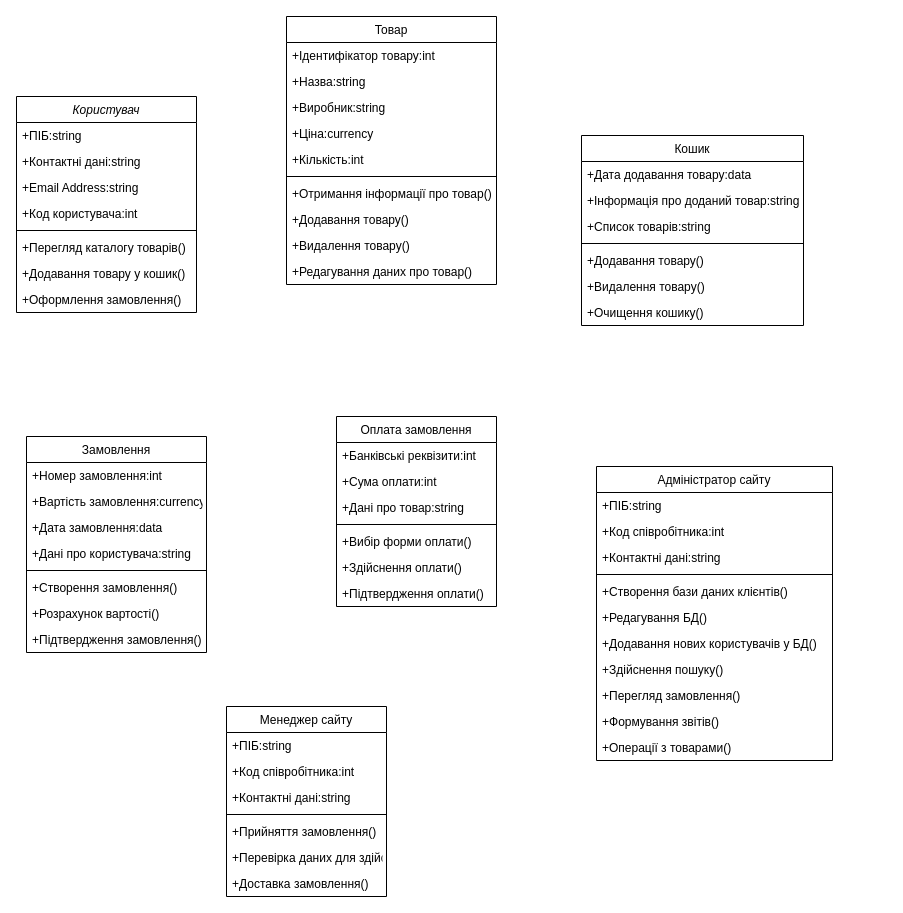
Earlier version of the draw.io diagram Untitled Diagram.drawio (Yulia1204/git). Source tidied: cells renumbered, new cells numbered last; positions are measured from the earlier drawing's top-left corner, leaving out a move shared by most shapes. Both pictures are drawn from the tidied source at 100%, with x=0, y=0 at pixel (16, 16).
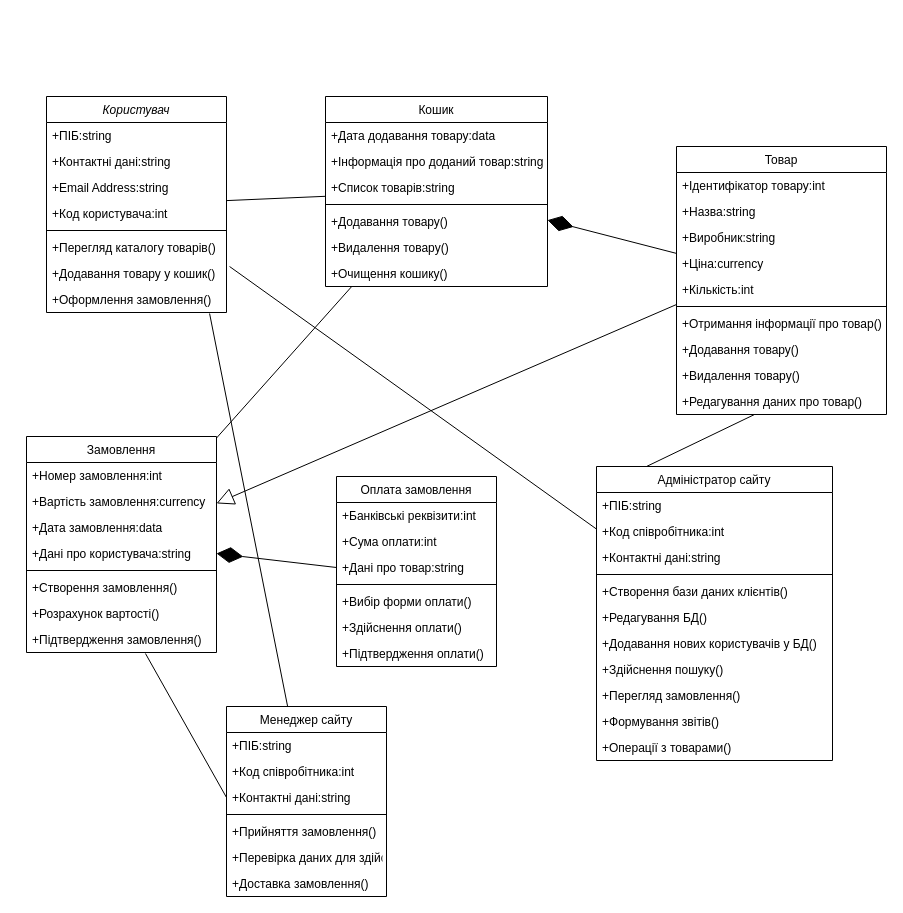
The same page after the edit.

The change refers to these unchanged cells:
```xml
<mxCell id="9" value="+Додавання товару у кошик()" style="text;align=left;verticalAlign=top;spacingLeft=4;spacingRight=4;overflow=hidden;points=[[0,0.5],[1,0.5]];portConstraint=eastwest;rounded=0;shadow=0;html=0;" parent="2" vertex="1">
  <mxGeometry y="164" width="180" height="26" as="geometry" />
</mxCell>
<mxCell id="10" value="+Оформлення замовлення()" style="text;align=left;verticalAlign=top;spacingLeft=4;spacingRight=4;overflow=hidden;points=[[0,0.5],[1,0.5]];portConstraint=eastwest;rounded=0;shadow=0;html=0;" parent="2" vertex="1">
  <mxGeometry y="190" width="180" height="26" as="geometry" />
</mxCell>
<mxCell id="20" value="Адміністратор сайту" style="swimlane;fontStyle=0;align=center;verticalAlign=top;horizontal=1;startSize=26;rounded=0;shadow=0;strokeWidth=1;" parent="1" vertex="1">
  <mxGeometry x="580" y="450" width="236" height="294" as="geometry" />
</mxCell>
<mxCell id="50" value="+Редагування даних про товар()" style="text;align=left;verticalAlign=top;spacingLeft=4;spacingRight=4;overflow=hidden;points=[[0,0.5],[1,0.5]];portConstraint=eastwest;" parent="40" vertex="1">
  <mxGeometry y="242" width="210" height="26" as="geometry" />
</mxCell>
<mxCell id="51" value="Менеджер сайту" style="swimlane;fontStyle=0;align=center;verticalAlign=top;horizontal=1;startSize=26;rounded=0;shadow=0;strokeWidth=1;" parent="1" vertex="1">
  <mxGeometry x="210" y="690" width="160" height="190" as="geometry" />
</mxCell>
<mxCell id="54" value="+Контактні дані:string" style="text;align=left;verticalAlign=top;spacingLeft=4;spacingRight=4;overflow=hidden;points=[[0,0.5],[1,0.5]];portConstraint=eastwest;fontStyle=0;" parent="51" vertex="1">
  <mxGeometry y="78" width="160" height="26" as="geometry" />
</mxCell>
<mxCell id="62" value="+Дані про товар:string" style="text;align=left;verticalAlign=top;spacingLeft=4;spacingRight=4;overflow=hidden;points=[[0,0.5],[1,0.5]];portConstraint=eastwest;rounded=0;shadow=0;html=0;" parent="59" vertex="1">
  <mxGeometry y="78" width="160" height="26" as="geometry" />
</mxCell>
```

What changed in the source:
```diff
@@
     <mxCell id="2" value="Користувач" style="swimlane;fontStyle=2;align=center;verticalAlign=top;horizontal=1;startSize=26;rounded=0;shadow=0;strokeWidth=1;" parent="1" vertex="1">
-      <mxGeometry y="80" width="180" height="216" as="geometry" />
+      <mxGeometry x="30" y="80" width="180" height="216" as="geometry" />
     </mxCell>
@@
     <mxCell id="11" value="Замовлення" style="swimlane;fontStyle=0;align=center;verticalAlign=top;horizontal=1;startSize=26;rounded=0;shadow=0;strokeWidth=1;" parent="1" vertex="1">
-      <mxGeometry x="10" y="420" width="180" height="216" as="geometry" />
+      <mxGeometry x="10" y="420" width="190" height="216" as="geometry" />
     </mxCell>
     <mxCell id="12" value="+Номер замовлення:int" style="text;align=left;verticalAlign=top;spacingLeft=4;spacingRight=4;overflow=hidden;" parent="11" vertex="1">
-      <mxGeometry y="26" width="180" height="26" as="geometry" />
+      <mxGeometry y="26" width="190" height="26" as="geometry" />
     </mxCell>
     <mxCell id="13" value="+Вартість замовлення:currency" style="text;align=left;verticalAlign=top;spacingLeft=4;spacingRight=4;overflow=hidden;rounded=0;shadow=0;html=0;" parent="11" vertex="1">
-      <mxGeometry y="52" width="180" height="26" as="geometry" />
+      <mxGeometry y="52" width="190" height="26" as="geometry" />
     </mxCell>
     <mxCell id="14" value="+Дата замовлення:data" style="text;align=left;verticalAlign=top;spacingLeft=4;spacingRight=4;overflow=hidden;" parent="11" vertex="1">
-      <mxGeometry y="78" width="180" height="26" as="geometry" />
+      <mxGeometry y="78" width="190" height="26" as="geometry" />
     </mxCell>
     <mxCell id="15" value="+Дані про користувача:string" style="text;align=left;verticalAlign=top;spacingLeft=4;spacingRight=4;overflow=hidden;points=[[0,0.5],[1,0.5]];portConstraint=eastwest;" parent="11" vertex="1">
-      <mxGeometry y="104" width="180" height="26" as="geometry" />
+      <mxGeometry y="104" width="190" height="26" as="geometry" />
     </mxCell>
     <mxCell id="16" style="line;html=1;strokeWidth=1;align=left;verticalAlign=middle;spacingTop=-1;spacingLeft=3;spacingRight=3;labelPosition=right;" parent="11" vertex="1">
-      <mxGeometry y="130" width="180" height="8" as="geometry" />
+      <mxGeometry y="130" width="190" height="8" as="geometry" />
     </mxCell>
     <mxCell id="17" value="+Створення замовлення()" style="text;align=left;verticalAlign=top;spacingLeft=4;spacingRight=4;overflow=hidden;rounded=0;shadow=0;html=0;" parent="11" vertex="1">
-      <mxGeometry y="138" width="180" height="26" as="geometry" />
+      <mxGeometry y="138" width="190" height="26" as="geometry" />
     </mxCell>
     <mxCell id="18" value="+Розрахунок вартості()" style="text;align=left;verticalAlign=top;spacingLeft=4;spacingRight=4;overflow=hidden;rounded=0;shadow=0;html=0;" parent="11" vertex="1">
-      <mxGeometry y="164" width="180" height="26" as="geometry" />
+      <mxGeometry y="164" width="190" height="26" as="geometry" />
     </mxCell>
     <mxCell id="19" value="+Підтвердження замовлення()" style="text;align=left;verticalAlign=top;spacingLeft=4;spacingRight=4;overflow=hidden;points=[[0,0.5],[1,0.5]];portConstraint=eastwest;rounded=0;shadow=0;html=0;" parent="11" vertex="1">
-      <mxGeometry y="190" width="180" height="26" as="geometry" />
+      <mxGeometry y="190" width="190" height="26" as="geometry" />
     </mxCell>
@@
     <mxCell id="32" value="Кошик" style="swimlane;fontStyle=0;align=center;verticalAlign=top;horizontal=1;startSize=26;rounded=0;shadow=0;strokeWidth=1;" parent="1" vertex="1">
-      <mxGeometry x="565" y="119" width="222" height="190" as="geometry" />
+      <mxGeometry x="309" y="80" width="222" height="190" as="geometry" />
     </mxCell>
@@
     <mxCell id="40" value="Товар" style="swimlane;fontStyle=0;align=center;verticalAlign=top;horizontal=1;startSize=26;rounded=0;shadow=0;strokeWidth=1;" parent="1" vertex="1">
-      <mxGeometry x="270" width="210" height="268" as="geometry" />
+      <mxGeometry x="660" y="130" width="210" height="268" as="geometry" />
     </mxCell>
@@
     <mxCell id="59" value="Оплата замовлення" style="swimlane;fontStyle=0;align=center;verticalAlign=top;horizontal=1;startSize=26;rounded=0;shadow=0;strokeWidth=1;" parent="1" vertex="1">
-      <mxGeometry x="320" y="400" width="160" height="190" as="geometry" />
+      <mxGeometry x="320" y="460" width="160" height="190" as="geometry" />
     </mxCell>
@@
+    <mxCell id="67" style="endArrow=none;html=1;" parent="1" edge="1" source="11" target="32">
+      <mxGeometry relative="1" as="geometry" />
+    </mxCell>
+    <mxCell id="68" style="endArrow=none;html=1;" parent="1" edge="1" source="2" target="32">
+      <mxGeometry relative="1" as="geometry" />
+    </mxCell>
+    <mxCell id="69" style="endArrow=diamondThin;endFill=1;endSize=24;html=1;" parent="1" edge="1" source="40" target="32">
+      <mxGeometry relative="1" as="geometry" />
+    </mxCell>
+    <mxCell id="70" style="endArrow=none;html=1;" parent="1" edge="1" target="50">
+      <mxGeometry relative="1" as="geometry">
+        <mxPoint x="630" y="450" as="sourcePoint" />
+      </mxGeometry>
+    </mxCell>
+    <mxCell id="71" style="endArrow=none;html=1;entryX=0;entryY=0.5;entryDx=0;entryDy=0;exitX=0.626;exitY=1.038;exitDx=0;exitDy=0;exitPerimeter=0;" parent="1" edge="1" source="19" target="54">
+      <mxGeometry relative="1" as="geometry" />
+    </mxCell>
+    <mxCell id="72" style="endArrow=none;html=1;entryX=0.906;entryY=1.038;entryDx=0;entryDy=0;entryPerimeter=0;" parent="1" edge="1" source="51" target="10">
+      <mxGeometry relative="1" as="geometry" />
+    </mxCell>
+    <mxCell id="73" style="endArrow=diamondThin;endFill=1;endSize=24;html=1;exitX=0;exitY=0.5;exitDx=0;exitDy=0;entryX=1;entryY=0.5;entryDx=0;entryDy=0;" parent="1" edge="1" source="62" target="15">
+      <mxGeometry relative="1" as="geometry" />
+    </mxCell>
+    <mxCell id="74" style="endArrow=none;html=1;entryX=1.017;entryY=0.231;entryDx=0;entryDy=0;entryPerimeter=0;" parent="1" edge="1" source="20" target="9">
+      <mxGeometry relative="1" as="geometry" />
+    </mxCell>
+    <mxCell id="75" style="endArrow=block;endFill=0;html=1;jumpSize=6;endSize=15;" parent="1" edge="1" target="11">
+      <mxGeometry relative="1" as="geometry">
+        <mxPoint x="660" y="288" as="sourcePoint" />
+      </mxGeometry>
+    </mxCell>
```
